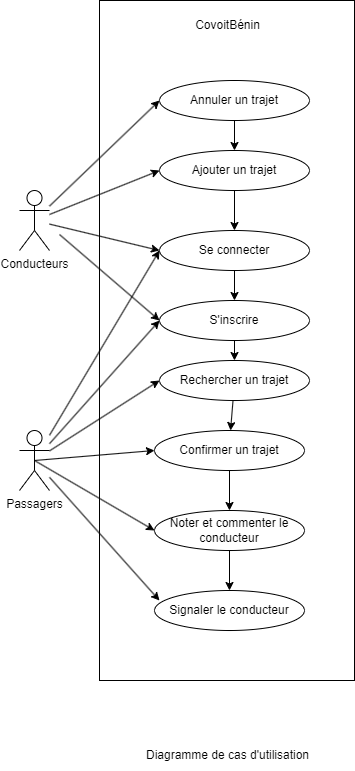
Above: diagramme_et_modeles/diagramme_de_cas_d_utilisation.png in Jude200/tp_genie_logiciel (draw.io), before the change. Source tidied: cells renumbered, new cells last; positions are measured from the earlier drawing's top-left corner, leaving out a move shared by most shapes. The source it was exported from:
```xml
<mxGraphModel>
  <root>
    <mxCell id="0" />
    <mxCell id="1" parent="0" />
    <mxCell id="2" value="Passagers" style="shape=umlActor;verticalLabelPosition=bottom;verticalAlign=top;html=1;outlineConnect=0;" parent="1" vertex="1">
      <mxGeometry y="430" width="30" height="60" as="geometry" />
    </mxCell>
    <mxCell id="3" value="Conducteurs" style="shape=umlActor;verticalLabelPosition=bottom;verticalAlign=top;html=1;outlineConnect=0;" parent="1" vertex="1">
      <mxGeometry y="190" width="30" height="60" as="geometry" />
    </mxCell>
    <mxCell id="4" value="Se connecter" style="ellipse;whiteSpace=wrap;html=1;" parent="1" vertex="1">
      <mxGeometry x="140" y="230" width="150" height="40" as="geometry" />
    </mxCell>
    <mxCell id="5" value="Rechercher un trajet" style="ellipse;whiteSpace=wrap;html=1;" parent="1" vertex="1">
      <mxGeometry x="140" y="360" width="150" height="40" as="geometry" />
    </mxCell>
    <mxCell id="6" value="Ajouter un trajet" style="ellipse;whiteSpace=wrap;html=1;" parent="1" vertex="1">
      <mxGeometry x="140" y="150" width="150" height="40" as="geometry" />
    </mxCell>
    <mxCell id="7" value="Annuler un trajet" style="ellipse;whiteSpace=wrap;html=1;" parent="1" vertex="1">
      <mxGeometry x="140" y="80" width="150" height="40" as="geometry" />
    </mxCell>
    <mxCell id="8" value="Noter et commenter le conducteur" style="ellipse;whiteSpace=wrap;html=1;" parent="1" vertex="1">
      <mxGeometry x="135" y="510" width="150" height="40" as="geometry" />
    </mxCell>
    <mxCell id="9" value="Signaler le conducteur" style="ellipse;whiteSpace=wrap;html=1;" parent="1" vertex="1">
      <mxGeometry x="135" y="590" width="150" height="40" as="geometry" />
    </mxCell>
    <mxCell id="10" value="Confirmer un trajet" style="ellipse;whiteSpace=wrap;html=1;" parent="1" vertex="1">
      <mxGeometry x="135" y="430" width="150" height="40" as="geometry" />
    </mxCell>
    <mxCell id="11" value="S'inscrire" style="ellipse;whiteSpace=wrap;html=1;" parent="1" vertex="1">
      <mxGeometry x="140" y="300" width="150" height="40" as="geometry" />
    </mxCell>
    <mxCell id="12" style="endArrow=classic;html=1;rounded=0;fontFamily=Helvetica;fontSize=12;fontColor=default;entryX=0;entryY=0.5;entryDx=0;entryDy=0;" parent="1" edge="1" source="3" target="6">
      <mxGeometry relative="1" as="geometry" />
    </mxCell>
    <mxCell id="13" style="endArrow=classic;html=1;rounded=0;fontFamily=Helvetica;fontSize=12;fontColor=default;entryX=0;entryY=0.5;entryDx=0;entryDy=0;" parent="1" edge="1" source="3" target="7">
      <mxGeometry relative="1" as="geometry" />
    </mxCell>
    <mxCell id="14" style="endArrow=classic;html=1;rounded=0;fontFamily=Helvetica;fontSize=12;fontColor=default;entryX=0;entryY=0.5;entryDx=0;entryDy=0;" parent="1" edge="1" source="3" target="4">
      <mxGeometry relative="1" as="geometry" />
    </mxCell>
    <mxCell id="15" style="endArrow=classic;html=1;rounded=0;fontFamily=Helvetica;fontSize=12;fontColor=default;entryX=0;entryY=0.5;entryDx=0;entryDy=0;" parent="1" edge="1" source="2" target="4">
      <mxGeometry relative="1" as="geometry" />
    </mxCell>
    <mxCell id="16" style="endArrow=classic;html=1;rounded=0;fontFamily=Helvetica;fontSize=12;fontColor=default;entryX=0;entryY=0.5;entryDx=0;entryDy=0;" parent="1" edge="1" source="2" target="11">
      <mxGeometry relative="1" as="geometry" />
    </mxCell>
    <mxCell id="17" style="endArrow=classic;html=1;rounded=0;fontFamily=Helvetica;fontSize=12;fontColor=default;entryX=0;entryY=0.5;entryDx=0;entryDy=0;" parent="1" edge="1" source="2" target="5">
      <mxGeometry relative="1" as="geometry" />
    </mxCell>
    <mxCell id="18" style="endArrow=classic;html=1;rounded=0;fontFamily=Helvetica;fontSize=12;fontColor=default;entryX=0;entryY=0.5;entryDx=0;entryDy=0;" parent="1" edge="1" target="11">
      <mxGeometry relative="1" as="geometry">
        <mxPoint x="40" y="234" as="sourcePoint" />
      </mxGeometry>
    </mxCell>
    <mxCell id="19" value="Diagramme de cas d'utilisation" style="text;html=1;align=center;verticalAlign=middle;strokeColor=none;fillColor=none;fontSize=12;fontFamily=Helvetica;fontColor=default;" parent="1" vertex="1">
      <mxGeometry x="112.5" y="740" width="190" height="30" as="geometry" />
    </mxCell>
    <mxCell id="20" style="endArrow=classic;html=1;rounded=0;fontFamily=Helvetica;fontSize=12;fontColor=default;entryX=0;entryY=0.5;entryDx=0;entryDy=0;exitX=0.5;exitY=0.5;exitDx=0;exitDy=0;exitPerimeter=0;" parent="1" edge="1" source="2" target="10">
      <mxGeometry relative="1" as="geometry" />
    </mxCell>
    <mxCell id="21" style="endArrow=classic;html=1;rounded=0;fontFamily=Helvetica;fontSize=12;fontColor=default;entryX=0;entryY=0.5;entryDx=0;entryDy=0;exitX=0.5;exitY=0.5;exitDx=0;exitDy=0;exitPerimeter=0;" parent="1" edge="1" source="2" target="8">
      <mxGeometry relative="1" as="geometry" />
    </mxCell>
    <mxCell id="22" style="endArrow=classic;html=1;rounded=0;fontFamily=Helvetica;fontSize=12;fontColor=default;entryX=0.033;entryY=0.25;entryDx=0;entryDy=0;entryPerimeter=0;" parent="1" edge="1" source="2" target="9">
      <mxGeometry relative="1" as="geometry" />
    </mxCell>
    <mxCell id="23" style="endArrow=classic;html=1;rounded=0;exitX=0.5;exitY=1;exitDx=0;exitDy=0;" parent="1" edge="1" source="7" target="6">
      <mxGeometry relative="1" as="geometry" />
    </mxCell>
    <mxCell id="24" style="endArrow=classic;html=1;rounded=0;exitX=0.5;exitY=1;exitDx=0;exitDy=0;" parent="1" edge="1" source="6" target="4">
      <mxGeometry relative="1" as="geometry" />
    </mxCell>
    <mxCell id="25" style="endArrow=classic;html=1;rounded=0;" parent="1" edge="1" source="4" target="11">
      <mxGeometry relative="1" as="geometry" />
    </mxCell>
    <mxCell id="26" style="endArrow=classic;html=1;rounded=0;" parent="1" edge="1" source="11" target="5">
      <mxGeometry relative="1" as="geometry" />
    </mxCell>
    <mxCell id="27" style="endArrow=classic;html=1;rounded=0;" parent="1" edge="1" source="5" target="10">
      <mxGeometry relative="1" as="geometry" />
    </mxCell>
    <mxCell id="28" style="endArrow=classic;html=1;rounded=0;entryX=0.5;entryY=0;entryDx=0;entryDy=0;exitX=0.5;exitY=1;exitDx=0;exitDy=0;" parent="1" edge="1" source="10" target="8">
      <mxGeometry relative="1" as="geometry" />
    </mxCell>
    <mxCell id="29" style="endArrow=classic;html=1;rounded=0;entryX=0.5;entryY=0;entryDx=0;entryDy=0;" parent="1" edge="1" source="8" target="9">
      <mxGeometry relative="1" as="geometry" />
    </mxCell>
    <mxCell id="30" style="rounded=0;whiteSpace=wrap;html=1;fillColor=none;" parent="1" vertex="1">
      <mxGeometry x="80" width="255" height="680" as="geometry" />
    </mxCell>
    <mxCell id="31" value="CovoitBénin" style="text;html=1;align=center;verticalAlign=middle;strokeColor=none;fillColor=none;" parent="1" vertex="1">
      <mxGeometry x="162.5" y="10" width="90" height="30" as="geometry" />
    </mxCell>
  </root>
</mxGraphModel>
```
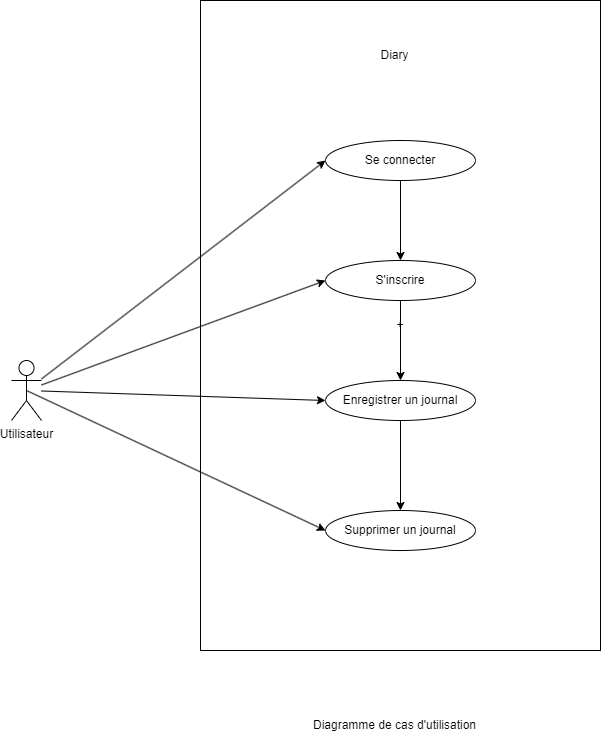
Later version of the same file.

Commit message:
diagramm verify

What changed in the source:
```diff
@@ -2,45 +2,21 @@
   <root>
     <mxCell id="0" />
     <mxCell id="1" parent="0" />
-    <mxCell id="2" value="Passagers" style="shape=umlActor;verticalLabelPosition=bottom;verticalAlign=top;html=1;outlineConnect=0;" parent="1" vertex="1">
+    <mxCell id="2" value="Utilisateur" style="shape=umlActor;verticalLabelPosition=bottom;verticalAlign=top;html=1;outlineConnect=0;" parent="1" vertex="1">
       <mxGeometry y="430" width="30" height="60" as="geometry" />
     </mxCell>
-    <mxCell id="3" value="Conducteurs" style="shape=umlActor;verticalLabelPosition=bottom;verticalAlign=top;html=1;outlineConnect=0;" parent="1" vertex="1">
-      <mxGeometry y="190" width="30" height="60" as="geometry" />
-    </mxCell>
     <mxCell id="4" value="Se connecter" style="ellipse;whiteSpace=wrap;html=1;" parent="1" vertex="1">
-      <mxGeometry x="140" y="230" width="150" height="40" as="geometry" />
+      <mxGeometry x="314" y="210" width="150" height="40" as="geometry" />
     </mxCell>
-    <mxCell id="5" value="Rechercher un trajet" style="ellipse;whiteSpace=wrap;html=1;" parent="1" vertex="1">
-      <mxGeometry x="140" y="360" width="150" height="40" as="geometry" />
+    <mxCell id="5" value="Enregistrer un journal" style="ellipse;whiteSpace=wrap;html=1;" parent="1" vertex="1">
+      <mxGeometry x="314" y="450" width="150" height="40" as="geometry" />
     </mxCell>
-    <mxCell id="6" value="Ajouter un trajet" style="ellipse;whiteSpace=wrap;html=1;" parent="1" vertex="1">
-      <mxGeometry x="140" y="150" width="150" height="40" as="geometry" />
-    </mxCell>
-    <mxCell id="7" value="Annuler un trajet" style="ellipse;whiteSpace=wrap;html=1;" parent="1" vertex="1">
-      <mxGeometry x="140" y="80" width="150" height="40" as="geometry" />
-    </mxCell>
-    <mxCell id="8" value="Noter et commenter le conducteur" style="ellipse;whiteSpace=wrap;html=1;" parent="1" vertex="1">
-      <mxGeometry x="135" y="510" width="150" height="40" as="geometry" />
-    </mxCell>
-    <mxCell id="9" value="Signaler le conducteur" style="ellipse;whiteSpace=wrap;html=1;" parent="1" vertex="1">
-      <mxGeometry x="135" y="590" width="150" height="40" as="geometry" />
-    </mxCell>
-    <mxCell id="10" value="Confirmer un trajet" style="ellipse;whiteSpace=wrap;html=1;" parent="1" vertex="1">
-      <mxGeometry x="135" y="430" width="150" height="40" as="geometry" />
+    <mxCell id="10" value="Supprimer un journal" style="ellipse;whiteSpace=wrap;html=1;" parent="1" vertex="1">
+      <mxGeometry x="314" y="580" width="150" height="40" as="geometry" />
     </mxCell>
     <mxCell id="11" value="S'inscrire" style="ellipse;whiteSpace=wrap;html=1;" parent="1" vertex="1">
-      <mxGeometry x="140" y="300" width="150" height="40" as="geometry" />
+      <mxGeometry x="314" y="330" width="150" height="40" as="geometry" />
     </mxCell>
-    <mxCell id="12" style="endArrow=classic;html=1;rounded=0;fontFamily=Helvetica;fontSize=12;fontColor=default;entryX=0;entryY=0.5;entryDx=0;entryDy=0;" parent="1" edge="1" source="3" target="6">
-      <mxGeometry relative="1" as="geometry" />
-    </mxCell>
-    <mxCell id="13" style="endArrow=classic;html=1;rounded=0;fontFamily=Helvetica;fontSize=12;fontColor=default;entryX=0;entryY=0.5;entryDx=0;entryDy=0;" parent="1" edge="1" source="3" target="7">
-      <mxGeometry relative="1" as="geometry" />
-    </mxCell>
-    <mxCell id="14" style="endArrow=classic;html=1;rounded=0;fontFamily=Helvetica;fontSize=12;fontColor=default;entryX=0;entryY=0.5;entryDx=0;entryDy=0;" parent="1" edge="1" source="3" target="4">
-      <mxGeometry relative="1" as="geometry" />
-    </mxCell>
     <mxCell id="15" style="endArrow=classic;html=1;rounded=0;fontFamily=Helvetica;fontSize=12;fontColor=default;entryX=0;entryY=0.5;entryDx=0;entryDy=0;" parent="1" edge="1" source="2" target="4">
       <mxGeometry relative="1" as="geometry" />
     </mxCell>
@@ -50,29 +26,12 @@
     <mxCell id="17" style="endArrow=classic;html=1;rounded=0;fontFamily=Helvetica;fontSize=12;fontColor=default;entryX=0;entryY=0.5;entryDx=0;entryDy=0;" parent="1" edge="1" source="2" target="5">
       <mxGeometry relative="1" as="geometry" />
     </mxCell>
-    <mxCell id="18" style="endArrow=classic;html=1;rounded=0;fontFamily=Helvetica;fontSize=12;fontColor=default;entryX=0;entryY=0.5;entryDx=0;entryDy=0;" parent="1" edge="1" target="11">
-      <mxGeometry relative="1" as="geometry">
-        <mxPoint x="40" y="234" as="sourcePoint" />
-      </mxGeometry>
-    </mxCell>
     <mxCell id="19" value="Diagramme de cas d'utilisation" style="text;html=1;align=center;verticalAlign=middle;strokeColor=none;fillColor=none;fontSize=12;fontFamily=Helvetica;fontColor=default;" parent="1" vertex="1">
-      <mxGeometry x="112.5" y="740" width="190" height="30" as="geometry" />
+      <mxGeometry x="288" y="780" width="190" height="30" as="geometry" />
     </mxCell>
     <mxCell id="20" style="endArrow=classic;html=1;rounded=0;fontFamily=Helvetica;fontSize=12;fontColor=default;entryX=0;entryY=0.5;entryDx=0;entryDy=0;exitX=0.5;exitY=0.5;exitDx=0;exitDy=0;exitPerimeter=0;" parent="1" edge="1" source="2" target="10">
       <mxGeometry relative="1" as="geometry" />
     </mxCell>
-    <mxCell id="21" style="endArrow=classic;html=1;rounded=0;fontFamily=Helvetica;fontSize=12;fontColor=default;entryX=0;entryY=0.5;entryDx=0;entryDy=0;exitX=0.5;exitY=0.5;exitDx=0;exitDy=0;exitPerimeter=0;" parent="1" edge="1" source="2" target="8">
-      <mxGeometry relative="1" as="geometry" />
-    </mxCell>
-    <mxCell id="22" style="endArrow=classic;html=1;rounded=0;fontFamily=Helvetica;fontSize=12;fontColor=default;entryX=0.033;entryY=0.25;entryDx=0;entryDy=0;entryPerimeter=0;" parent="1" edge="1" source="2" target="9">
-      <mxGeometry relative="1" as="geometry" />
-    </mxCell>
-    <mxCell id="23" style="endArrow=classic;html=1;rounded=0;exitX=0.5;exitY=1;exitDx=0;exitDy=0;" parent="1" edge="1" source="7" target="6">
-      <mxGeometry relative="1" as="geometry" />
-    </mxCell>
-    <mxCell id="24" style="endArrow=classic;html=1;rounded=0;exitX=0.5;exitY=1;exitDx=0;exitDy=0;" parent="1" edge="1" source="6" target="4">
-      <mxGeometry relative="1" as="geometry" />
-    </mxCell>
     <mxCell id="25" style="endArrow=classic;html=1;rounded=0;" parent="1" edge="1" source="4" target="11">
       <mxGeometry relative="1" as="geometry" />
     </mxCell>
@@ -82,17 +41,11 @@
     <mxCell id="27" style="endArrow=classic;html=1;rounded=0;" parent="1" edge="1" source="5" target="10">
       <mxGeometry relative="1" as="geometry" />
     </mxCell>
-    <mxCell id="28" style="endArrow=classic;html=1;rounded=0;entryX=0.5;entryY=0;entryDx=0;entryDy=0;exitX=0.5;exitY=1;exitDx=0;exitDy=0;" parent="1" edge="1" source="10" target="8">
-      <mxGeometry relative="1" as="geometry" />
-    </mxCell>
-    <mxCell id="29" style="endArrow=classic;html=1;rounded=0;entryX=0.5;entryY=0;entryDx=0;entryDy=0;" parent="1" edge="1" source="8" target="9">
-      <mxGeometry relative="1" as="geometry" />
-    </mxCell>
-    <mxCell id="30" style="rounded=0;whiteSpace=wrap;html=1;fillColor=none;" parent="1" vertex="1">
-      <mxGeometry x="80" width="255" height="680" as="geometry" />
+    <mxCell id="30" value="+" style="rounded=0;whiteSpace=wrap;html=1;fillColor=none;" parent="1" vertex="1">
+      <mxGeometry x="189" y="70" width="400" height="650" as="geometry" />
     </mxCell>
-    <mxCell id="31" value="CovoitBénin" style="text;html=1;align=center;verticalAlign=middle;strokeColor=none;fillColor=none;" parent="1" vertex="1">
-      <mxGeometry x="162.5" y="10" width="90" height="30" as="geometry" />
+    <mxCell id="31" value="Diary" style="text;html=1;align=center;verticalAlign=middle;strokeColor=none;fillColor=none;" parent="1" vertex="1">
+      <mxGeometry x="358" y="110" width="50" height="30" as="geometry" />
     </mxCell>
   </root>
 </mxGraphModel>
```
